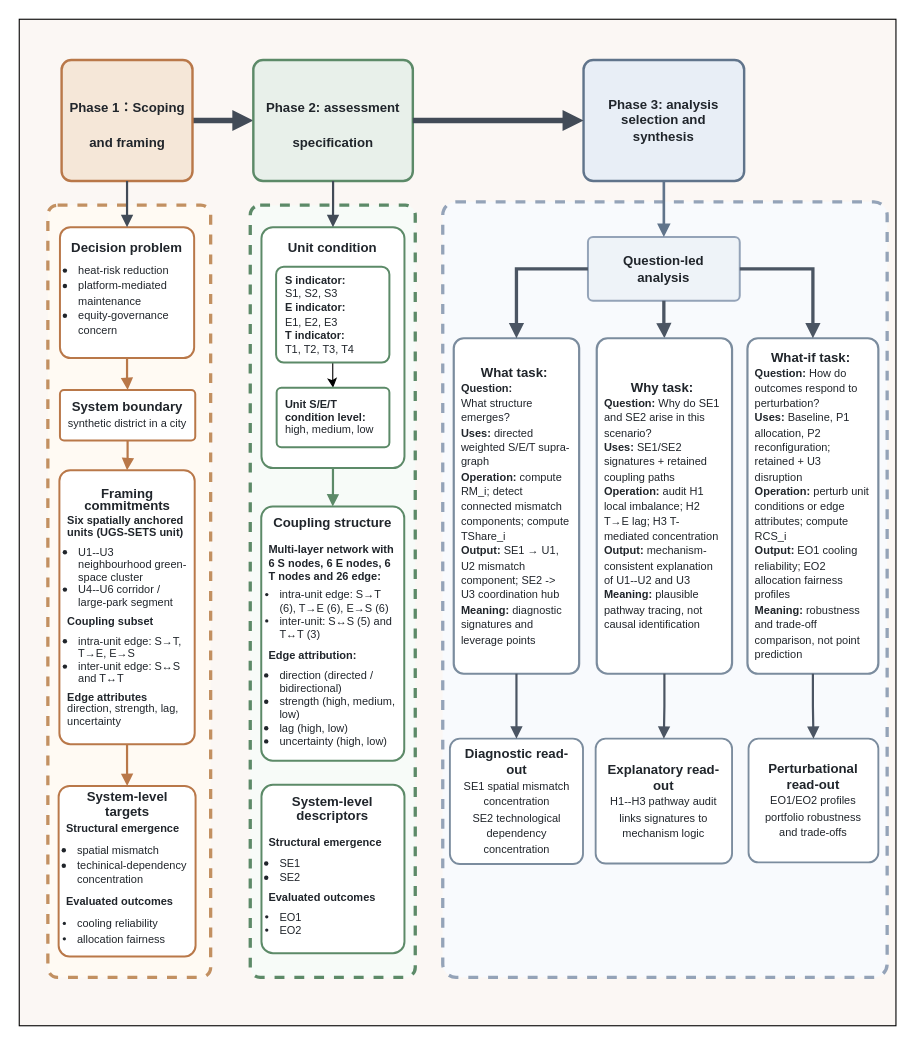
Above: section6.drawio in ZixuanLi317/iodraw-files (draw.io), before the change. Source tidied: cells renumbered, new cells numbered last; positions are measured from the earlier drawing's top-left corner, leaving out a move shared by most shapes. Both pictures are drawn from the tidied source at 110%, with x=0, y=0 at pixel (19, 19).
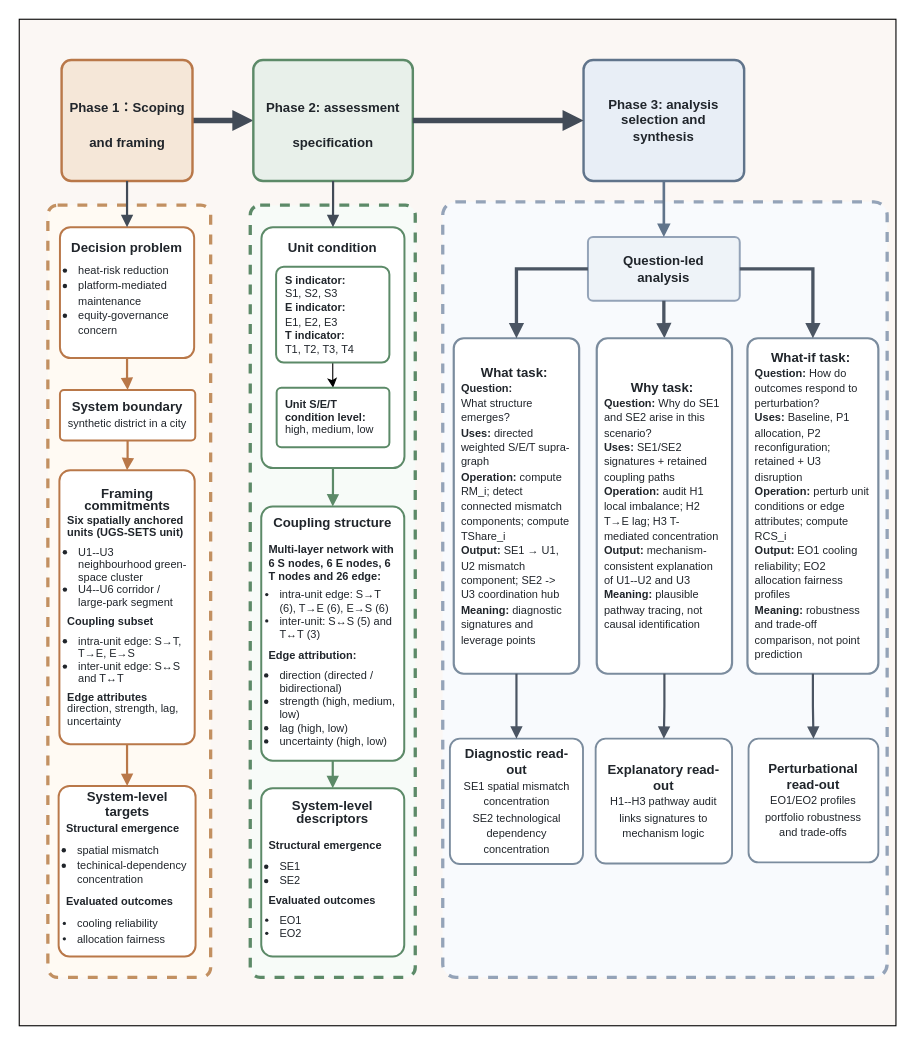
Above is the later version.

The change refers to these unchanged cells:
```xml
<mxCell id="18" value="&lt;div style=&quot;line-height: 100%;&quot;&gt;&lt;div style=&quot;margin-bottom: 0px;&quot;&gt;&lt;b&gt;Coupling structure&lt;/b&gt;&lt;/div&gt;&lt;div style=&quot;margin-bottom: 0px;&quot;&gt;&lt;b&gt;&lt;br&gt;&lt;/b&gt;&lt;div style=&quot;text-align: left; margin-bottom: 6px;&quot;&gt;&lt;span style=&quot;font-size: 10px; background-color: transparent; color: light-dark(rgb(32, 37, 43), rgb(201, 206, 211)); line-height: 100%;&quot;&gt;&lt;b&gt;Multi-layer network with 6 S nodes, 6 E nodes, 6 T nodes and 26 edge:&lt;/b&gt;&lt;/span&gt;&lt;/div&gt;&lt;font style=&quot;font-size: 10px; line-height: 100%;&quot;&gt;&lt;div style=&quot;text-align: left;&quot;&gt;&lt;ul style=&quot;padding-left: 10px; margin-top: 6px; margin-bottom: 6px; line-height: 120%;&quot;&gt;&lt;li&gt;&lt;span style=&quot;background-color: transparent; color: light-dark(rgb(32, 37, 43), rgb(201, 206, 211));&quot;&gt;intra-unit edge: S→T (6), T→E (6), E→S (6)&lt;/span&gt;&lt;/li&gt;&lt;li&gt;&lt;span style=&quot;background-color: transparent; color: light-dark(rgb(32, 37, 43), rgb(201, 206, 211));&quot;&gt;inter-unit: S↔S (5) and T↔T (3)&lt;/span&gt;&lt;/li&gt;&lt;/ul&gt;&lt;/div&gt;&lt;/font&gt;&lt;/div&gt;&lt;div style=&quot;text-align: left;&quot;&gt;&lt;font style=&quot;font-size: 10px; line-height: 100%;&quot;&gt;&lt;b&gt;Edge attribution:&lt;/b&gt;&lt;/font&gt;&lt;/div&gt;&lt;div style=&quot;text-align: left;&quot;&gt;&lt;ul style=&quot;padding-left: 10px; margin-top: 6px; margin-bottom: 6px;&quot;&gt;&lt;li&gt;&lt;font style=&quot;font-size: 10px; line-height: 100%;&quot;&gt;direction (directed / bidirectional)&lt;/font&gt;&lt;/li&gt;&lt;li&gt;&lt;font style=&quot;font-size: 10px; line-height: 100%;&quot;&gt;&lt;font&gt;strength (&lt;/font&gt;&lt;span style=&quot;background-color: transparent; color: light-dark(rgb(32, 37, 43), rgb(201, 206, 211));&quot;&gt;high, medium, low&lt;/span&gt;&lt;span style=&quot;background-color: transparent; color: light-dark(rgb(32, 37, 43), rgb(201, 206, 211));&quot;&gt;)&lt;/span&gt;&lt;/font&gt;&lt;/li&gt;&lt;li&gt;&lt;font style=&quot;font-size: 10px; line-height: 100%;&quot;&gt;&lt;font&gt;lag (&lt;/font&gt;&lt;span style=&quot;background-color: transparent; color: light-dark(rgb(32, 37, 43), rgb(201, 206, 211));&quot;&gt;high, low&lt;/span&gt;&lt;span style=&quot;background-color: transparent; color: light-dark(rgb(32, 37, 43), rgb(201, 206, 211));&quot;&gt;)&lt;/span&gt;&lt;/font&gt;&lt;/li&gt;&lt;li&gt;&lt;font style=&quot;font-size: 10px; line-height: 100%;&quot;&gt;&lt;font&gt;uncertainty (&lt;/font&gt;&lt;span style=&quot;background-color: transparent; color: light-dark(rgb(32, 37, 43), rgb(201, 206, 211));&quot;&gt;high, low&lt;/span&gt;&lt;span style=&quot;background-color: transparent; color: light-dark(rgb(32, 37, 43), rgb(201, 206, 211));&quot;&gt;)&lt;/span&gt;&lt;/font&gt;&lt;/li&gt;&lt;/ul&gt;&lt;/div&gt;&lt;/div&gt;" style="whiteSpace=wrap;html=1;fillColor=#ffffff;strokeColor=#5c8a68;strokeWidth=1.8;fontSize=12;fontColor=#20252b;fontStyle=0;fontFamily=Helvetica;align=center;verticalAlign=middle;spacing=8;rounded=1;arcSize=8;" parent="1" vertex="1">
  <mxGeometry x="220" y="443" width="130" height="231" as="geometry" />
</mxCell>
```

The edit, as a diff of the source:
```diff
@@
+    <mxCell id="41" style="edgeStyle=orthogonalEdgeStyle;rounded=0;jettySize=auto;html=1;strokeColor=#5c8a68;strokeWidth=2;align=center;verticalAlign=middle;fontFamily=Helvetica;fontSize=13;fontColor=#68717c;labelBackgroundColor=default;endArrow=block;endFill=1;" parent="1" edge="1" source="18" target="23">
+      <mxGeometry relative="1" as="geometry" />
+    </mxCell>
@@
     <mxCell id="23" value="&lt;div style=&quot;line-height: 100%;&quot;&gt;&lt;div style=&quot;margin-bottom: 0px;&quot;&gt;&lt;b&gt;System-level descriptors&lt;/b&gt;&lt;/div&gt;&lt;div style=&quot;margin-bottom: 0px;&quot;&gt;&lt;b&gt;&lt;br&gt;&lt;/b&gt;&lt;div style=&quot;text-align: left; margin-bottom: 6px;&quot;&gt;&lt;div&gt;&lt;span style=&quot;font-size: 10px; background-color: transparent; color: light-dark(rgb(32, 37, 43), rgb(201, 206, 211));&quot;&gt;&lt;b&gt;Structural emergence&lt;/b&gt;&lt;/span&gt;&lt;/div&gt;&lt;div&gt;&lt;ul style=&quot;padding-left: 10px; margin-right: 0px; margin-top: 6px; margin-bottom: 6px;&quot;&gt;&lt;li&gt;&lt;span style=&quot;background-color: transparent; color: light-dark(rgb(32, 37, 43), rgb(201, 206, 211)); font-size: 10px;&quot;&gt;SE1&lt;/span&gt;&lt;/li&gt;&lt;li&gt;&lt;span style=&quot;font-size: 10px;&quot;&gt;SE2&lt;/span&gt;&lt;/li&gt;&lt;/ul&gt;&lt;/div&gt;&lt;font style=&quot;text-align: center; font-size: 10px;&quot;&gt;&lt;div style=&quot;text-align: left;&quot;&gt;&lt;span style=&quot;background-color: transparent; color: light-dark(rgb(32, 37, 43), rgb(201, 206, 211));&quot;&gt;&lt;b&gt;Evaluated outcomes&lt;/b&gt;&lt;/span&gt;&lt;/div&gt;&lt;div style=&quot;text-align: left;&quot;&gt;&lt;ul style=&quot;padding-left: 10px; margin-top: 6px; margin-bottom: 6px;&quot;&gt;&lt;li&gt;EO1&lt;/li&gt;&lt;li&gt;&lt;span style=&quot;background-color: transparent; color: light-dark(rgb(32, 37, 43), rgb(201, 206, 211));&quot;&gt;EO2&lt;/span&gt;&lt;/li&gt;&lt;/ul&gt;&lt;/div&gt;&lt;/font&gt;&lt;/div&gt;&lt;/div&gt;&lt;/div&gt;" style="whiteSpace=wrap;html=1;fillColor=#ffffff;strokeColor=#5c8a68;strokeWidth=1.8;fontSize=12;fontColor=#20252b;fontStyle=0;fontFamily=Helvetica;align=center;verticalAlign=middle;spacing=8;rounded=1;arcSize=8;" parent="1" vertex="1">
-      <mxGeometry x="220.2" y="696" width="130" height="153" as="geometry" />
+      <mxGeometry x="220" y="699" width="130" height="153" as="geometry" />
     </mxCell>
```
